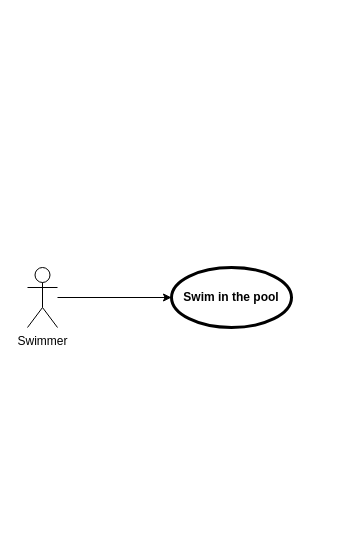
The draw.io diagram use_cases.drawio in madmag77/diagrams, before the edit. Source tidied: cells renumbered, new cells numbered last; positions are measured from the earlier drawing's top-left corner, leaving out a move shared by most shapes. Both pictures are drawn from the tidied source at 100%, with x=0, y=0 at pixel (27, 267).
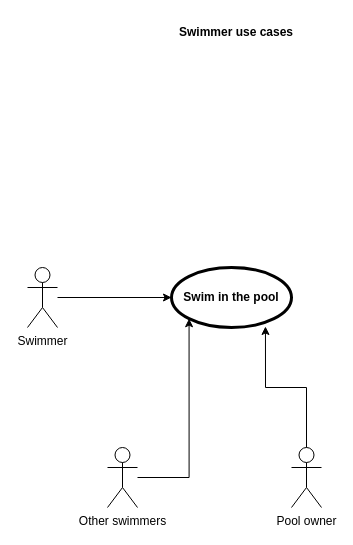
The same diagram, later.

The edit, as a diff of the source:
```diff
@@
 <mxGraphModel>
   <root>
     <mxCell id="0" />
     <mxCell id="1" parent="0" />
     <mxCell id="2" style="edgeStyle=orthogonalEdgeStyle;rounded=0;jettySize=auto;html=1;" parent="1" edge="1" source="3" target="4">
       <mxGeometry relative="1" as="geometry" />
     </mxCell>
     <mxCell id="3" value="Swimmer" style="shape=umlActor;html=1;verticalLabelPosition=bottom;verticalAlign=top;align=center;" parent="1" vertex="1">
       <mxGeometry width="30" height="60" as="geometry" />
     </mxCell>
     <mxCell id="4" value="Swim in the pool" style="shape=ellipse;html=1;strokeWidth=3;fontStyle=1;whiteSpace=wrap;align=center;perimeter=ellipsePerimeter;" parent="1" vertex="1">
       <mxGeometry x="144" width="120" height="60" as="geometry" />
     </mxCell>
+    <mxCell id="5" value="Swimmer use cases" style="text;html=1;align=center;verticalAlign=middle;whiteSpace=wrap;rounded=0;fontStyle=1;" parent="1" vertex="1">
+      <mxGeometry x="144" y="-250" width="130" height="30" as="geometry" />
+    </mxCell>
+    <mxCell id="6" value="Pool owner" style="shape=umlActor;html=1;verticalLabelPosition=bottom;verticalAlign=top;align=center;" parent="1" vertex="1">
+      <mxGeometry x="264" y="180" width="30" height="60" as="geometry" />
+    </mxCell>
+    <mxCell id="7" style="edgeStyle=orthogonalEdgeStyle;rounded=0;jettySize=auto;html=1;entryX=0;entryY=1;entryDx=0;entryDy=0;" parent="1" edge="1" source="8" target="4">
+      <mxGeometry relative="1" as="geometry" />
+    </mxCell>
+    <mxCell id="8" value="Other swimmers" style="shape=umlActor;html=1;verticalLabelPosition=bottom;verticalAlign=top;align=center;" parent="1" vertex="1">
+      <mxGeometry x="80" y="180" width="30" height="60" as="geometry" />
+    </mxCell>
+    <mxCell id="9" style="edgeStyle=orthogonalEdgeStyle;rounded=0;jettySize=auto;html=1;entryX=0.783;entryY=0.983;entryDx=0;entryDy=0;entryPerimeter=0;" parent="1" edge="1" source="6" target="4">
+      <mxGeometry relative="1" as="geometry" />
+    </mxCell>
   </root>
 </mxGraphModel>
```
